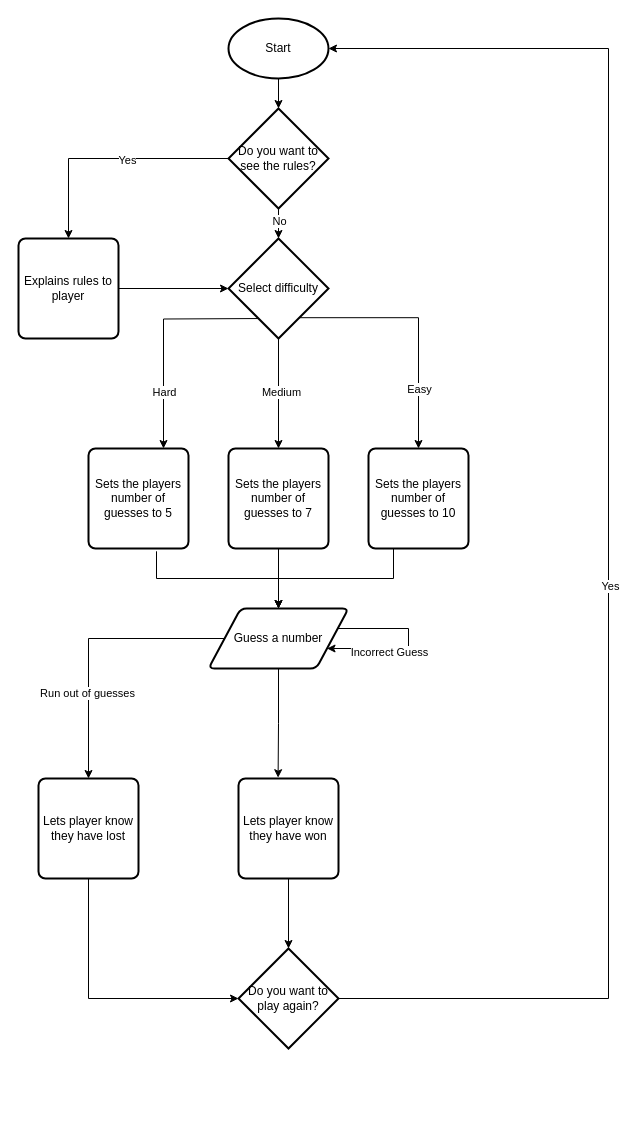
Above: BobbyMack_04_01_PythonProject_Flowchart.drawio in Bobby-Mack1/python-project (draw.io), before the change. Source tidied: cells renumbered, new cells numbered last; positions are measured from the earlier drawing's top-left corner, leaving out a move shared by most shapes. Both pictures are drawn from the tidied source at 100%, with x=0, y=0 at pixel (18, 18).
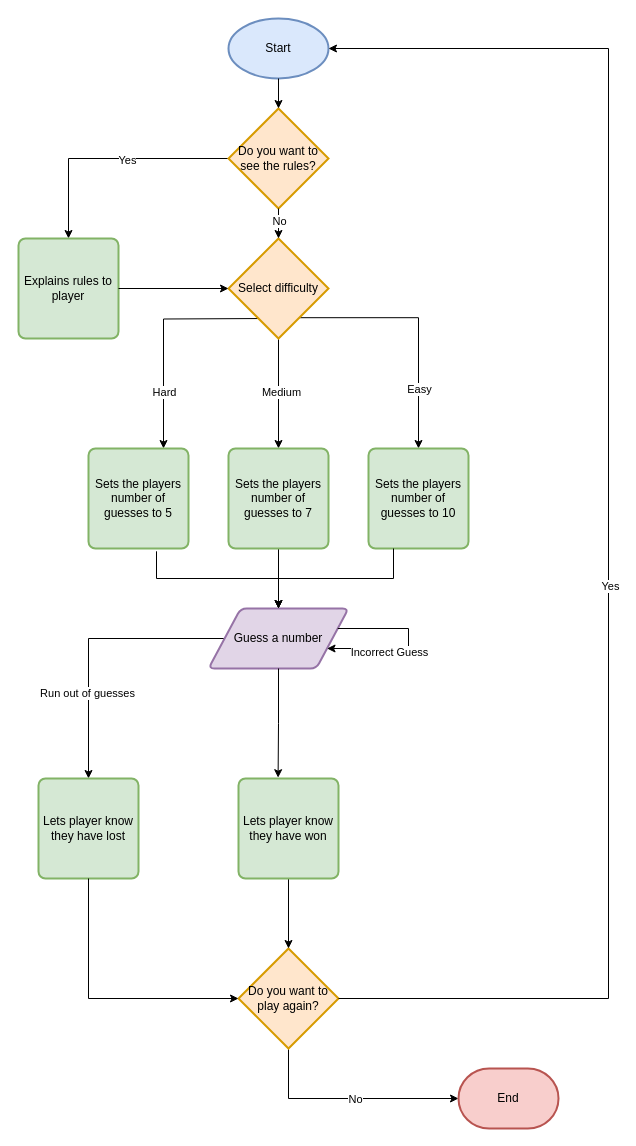
Above is the later version.

Change to the diagram source:
```diff
@@
-    <mxCell id="2" value="Start" style="strokeWidth=2;html=1;shape=mxgraph.flowchart.start_1;whiteSpace=wrap;" parent="1" vertex="1">
+    <mxCell id="2" value="Start" style="strokeWidth=2;html=1;shape=mxgraph.flowchart.start_1;whiteSpace=wrap;fillColor=#dae8fc;strokeColor=#6c8ebf;" parent="1" vertex="1">
       <mxGeometry x="210" width="100" height="60" as="geometry" />
     </mxCell>
@@
-    <mxCell id="5" value="Do you want to see the rules?" style="strokeWidth=2;html=1;shape=mxgraph.flowchart.decision;whiteSpace=wrap;" parent="1" vertex="1">
+    <mxCell id="5" value="Do you want to see the rules?" style="strokeWidth=2;html=1;shape=mxgraph.flowchart.decision;whiteSpace=wrap;fillColor=#ffe6cc;strokeColor=#d79b00;" parent="1" vertex="1">
       <mxGeometry x="210" y="90" width="100" height="100" as="geometry" />
     </mxCell>
@@
-    <mxCell id="12" value="Select difficulty" style="strokeWidth=2;html=1;shape=mxgraph.flowchart.decision;whiteSpace=wrap;" parent="1" vertex="1">
+    <mxCell id="12" value="Select difficulty" style="strokeWidth=2;html=1;shape=mxgraph.flowchart.decision;whiteSpace=wrap;fillColor=#ffe6cc;strokeColor=#d79b00;" parent="1" vertex="1">
       <mxGeometry x="210" y="220" width="100" height="100" as="geometry" />
     </mxCell>
-    <mxCell id="13" value="Explains rules to player" style="rounded=1;whiteSpace=wrap;html=1;absoluteArcSize=1;arcSize=14;strokeWidth=2;" parent="1" vertex="1">
+    <mxCell id="13" value="Explains rules to player" style="rounded=1;whiteSpace=wrap;html=1;absoluteArcSize=1;arcSize=14;strokeWidth=2;fillColor=#d5e8d4;strokeColor=#82b366;" parent="1" vertex="1">
       <mxGeometry y="220" width="100" height="100" as="geometry" />
     </mxCell>
@@
-    <mxCell id="16" value="Guess a number" style="shape=parallelogram;html=1;strokeWidth=2;perimeter=parallelogramPerimeter;whiteSpace=wrap;rounded=1;arcSize=12;size=0.23;" parent="1" vertex="1">
+    <mxCell id="16" value="Guess a number" style="shape=parallelogram;html=1;strokeWidth=2;perimeter=parallelogramPerimeter;whiteSpace=wrap;rounded=1;arcSize=12;size=0.23;fillColor=#e1d5e7;strokeColor=#9673a6;" parent="1" vertex="1">
       <mxGeometry x="190" y="590" width="140" height="60" as="geometry" />
     </mxCell>
@@
-    <mxCell id="18" value="Sets the players number of guesses to 7" style="rounded=1;whiteSpace=wrap;html=1;absoluteArcSize=1;arcSize=14;strokeWidth=2;" parent="1" vertex="1">
+    <mxCell id="18" value="Sets the players number of guesses to 7" style="rounded=1;whiteSpace=wrap;html=1;absoluteArcSize=1;arcSize=14;strokeWidth=2;fillColor=#d5e8d4;strokeColor=#82b366;" parent="1" vertex="1">
       <mxGeometry x="210" y="430" width="100" height="100" as="geometry" />
     </mxCell>
-    <mxCell id="19" value="Sets the players number of guesses to 10" style="rounded=1;whiteSpace=wrap;html=1;absoluteArcSize=1;arcSize=14;strokeWidth=2;" parent="1" vertex="1">
+    <mxCell id="19" value="Sets the players number of guesses to 10" style="rounded=1;whiteSpace=wrap;html=1;absoluteArcSize=1;arcSize=14;strokeWidth=2;fillColor=#d5e8d4;strokeColor=#82b366;" parent="1" vertex="1">
       <mxGeometry x="350" y="430" width="100" height="100" as="geometry" />
     </mxCell>
@@
-    <mxCell id="21" value="Sets the players number of guesses to 5" style="rounded=1;whiteSpace=wrap;html=1;absoluteArcSize=1;arcSize=14;strokeWidth=2;" parent="1" vertex="1">
+    <mxCell id="21" value="Sets the players number of guesses to 5" style="rounded=1;whiteSpace=wrap;html=1;absoluteArcSize=1;arcSize=14;strokeWidth=2;fillColor=#d5e8d4;strokeColor=#82b366;" parent="1" vertex="1">
       <mxGeometry x="70" y="430" width="100" height="100" as="geometry" />
     </mxCell>
@@
-    <mxCell id="27" value="Lets player know they have lost" style="rounded=1;whiteSpace=wrap;html=1;absoluteArcSize=1;arcSize=14;strokeWidth=2;" parent="1" vertex="1">
+    <mxCell id="27" value="Lets player know they have lost" style="rounded=1;whiteSpace=wrap;html=1;absoluteArcSize=1;arcSize=14;strokeWidth=2;fillColor=#d5e8d4;strokeColor=#82b366;" parent="1" vertex="1">
       <mxGeometry x="20" y="760" width="100" height="100" as="geometry" />
     </mxCell>
@@
+    <mxCell id="37" style="edgeStyle=orthogonalEdgeStyle;rounded=0;jettySize=auto;html=1;" parent="1" edge="1" source="30" target="39">
+      <mxGeometry relative="1" as="geometry">
+        <Array as="points">
+          <mxPoint x="270" y="1080" />
+        </Array>
+      </mxGeometry>
+    </mxCell>
+    <mxCell id="38" value="No" style="edgeLabel;html=1;align=center;verticalAlign=middle;" parent="37" vertex="1">
+      <mxGeometry x="0.05" relative="1" as="geometry" />
+    </mxCell>
-    <mxCell id="30" value="Do you want to play again?" style="strokeWidth=2;html=1;shape=mxgraph.flowchart.decision;whiteSpace=wrap;" parent="1" vertex="1">
+    <mxCell id="30" value="Do you want to play again?" style="strokeWidth=2;html=1;shape=mxgraph.flowchart.decision;whiteSpace=wrap;fillColor=#ffe6cc;strokeColor=#d79b00;" parent="1" vertex="1">
       <mxGeometry x="220" y="930" width="100" height="100" as="geometry" />
     </mxCell>
@@
-    <mxCell id="32" value="Lets player know they have won" style="rounded=1;whiteSpace=wrap;html=1;absoluteArcSize=1;arcSize=14;strokeWidth=2;" parent="1" vertex="1">
+    <mxCell id="32" value="Lets player know they have won" style="rounded=1;whiteSpace=wrap;html=1;absoluteArcSize=1;arcSize=14;strokeWidth=2;fillColor=#d5e8d4;strokeColor=#82b366;" parent="1" vertex="1">
       <mxGeometry x="220" y="760" width="100" height="100" as="geometry" />
     </mxCell>
@@
+    <mxCell id="39" value="End" style="strokeWidth=2;html=1;shape=mxgraph.flowchart.terminator;whiteSpace=wrap;fillColor=#f8cecc;strokeColor=#b85450;" parent="1" vertex="1">
+      <mxGeometry x="440" y="1050" width="100" height="60" as="geometry" />
+    </mxCell>
```
